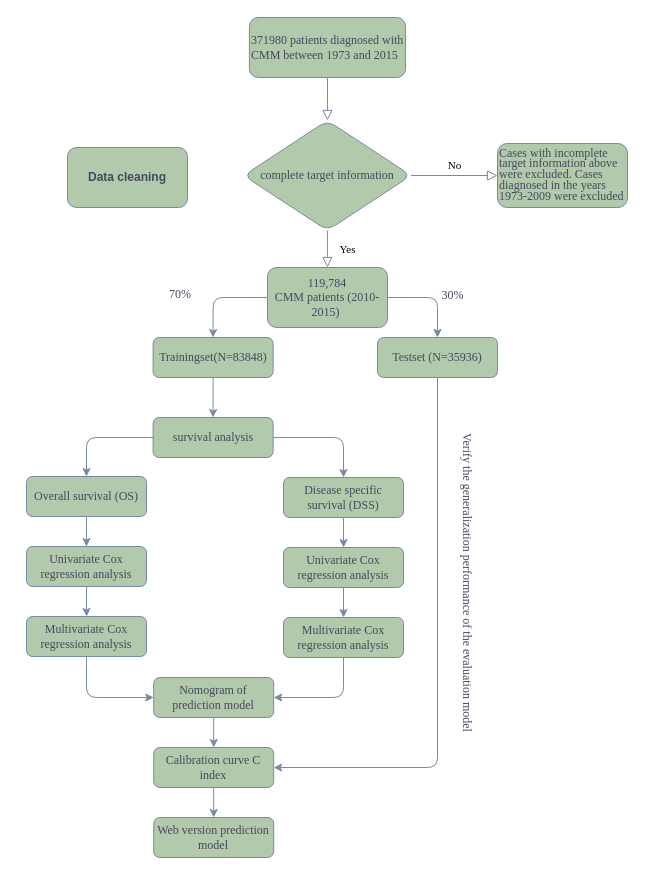
pifu-dabai/R-yuyan keeps this draw.io diagram as 未命名绘图.drawio. Above is the earlier version. Source tidied: cells renumbered, new cells numbered last; positions are measured from the earlier drawing's top-left corner, leaving out a move shared by most shapes. Both pictures are drawn from the tidied source at 100%, with x=0, y=0 at pixel (17, 17).
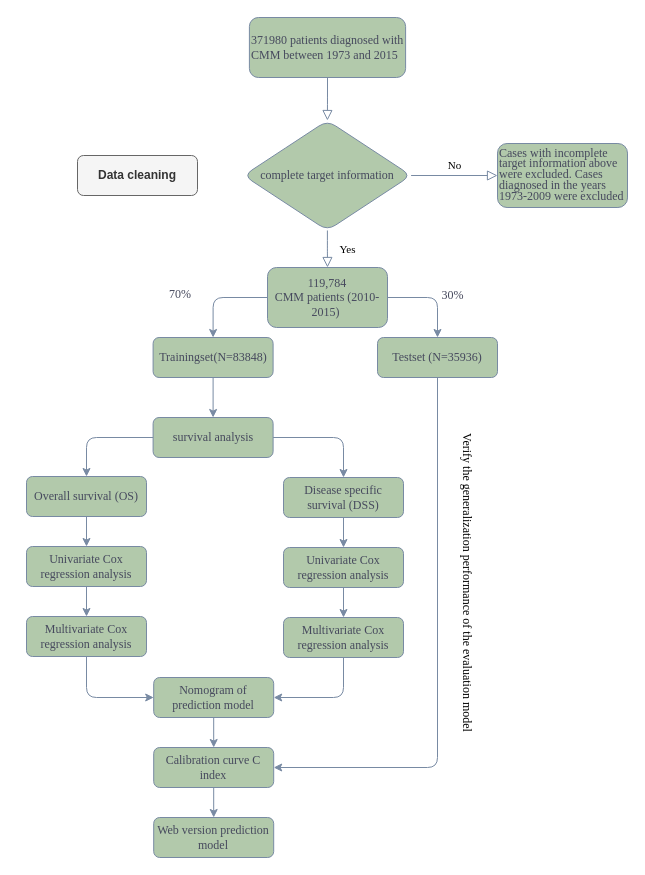
The same diagram, later.

Change to the diagram source:
```diff
@@
-    <mxCell id="40" value="Verify the generalization performance of the evaluation model" style="text;html=1;align=center;verticalAlign=middle;strokeColor=none;fillColor=none;fontColor=#46495D;rotation=90;fontFamily=Times New Roman;" parent="1" vertex="1">
+    <mxCell id="40" value="Verify the generalization performance of the evaluation model" style="text;html=1;align=center;verticalAlign=middle;rotation=90;fontFamily=Times New Roman;" parent="1" vertex="1">
       <mxGeometry x="290" y="550" width="320" height="30" as="geometry" />
     </mxCell>
-    <mxCell id="41" value="&lt;b&gt;Data cleaning&lt;/b&gt;" style="rounded=1;whiteSpace=wrap;html=1;strokeColor=#788AA3;fontColor=#46495D;fillColor=#B2C9AB;" parent="1" vertex="1">
-      <mxGeometry x="50" y="130" width="120" height="60" as="geometry" />
+    <mxCell id="41" value="&lt;b&gt;Data cleaning&lt;/b&gt;" style="rounded=1;whiteSpace=wrap;html=1;strokeColor=#666666;fontColor=#333333;fillColor=#f5f5f5;" parent="1" vertex="1">
+      <mxGeometry x="60" y="138" width="120" height="40" as="geometry" />
     </mxCell>
```
